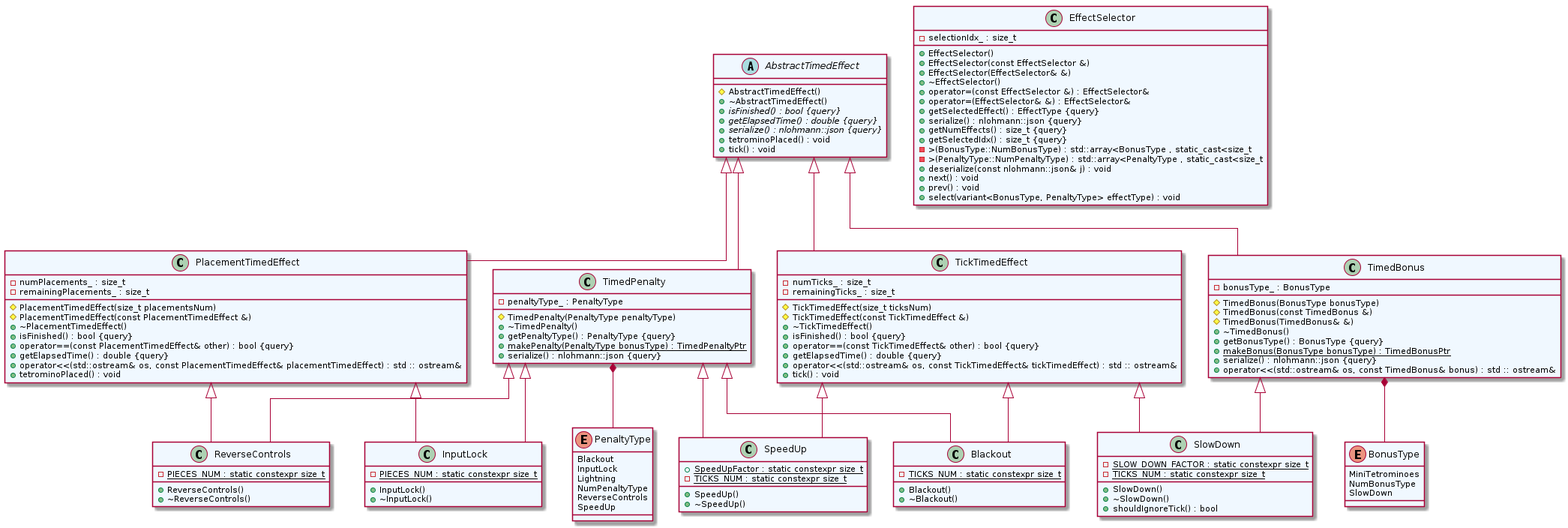
The PlantUML diagram res/uml/class/EffectClass.png in ulb-info2-group5/Royal-Blocks, before a commit. Its source is kept beside it as doc/uml/class/game/tetris_royal_lib/EffectClass.plantuml.
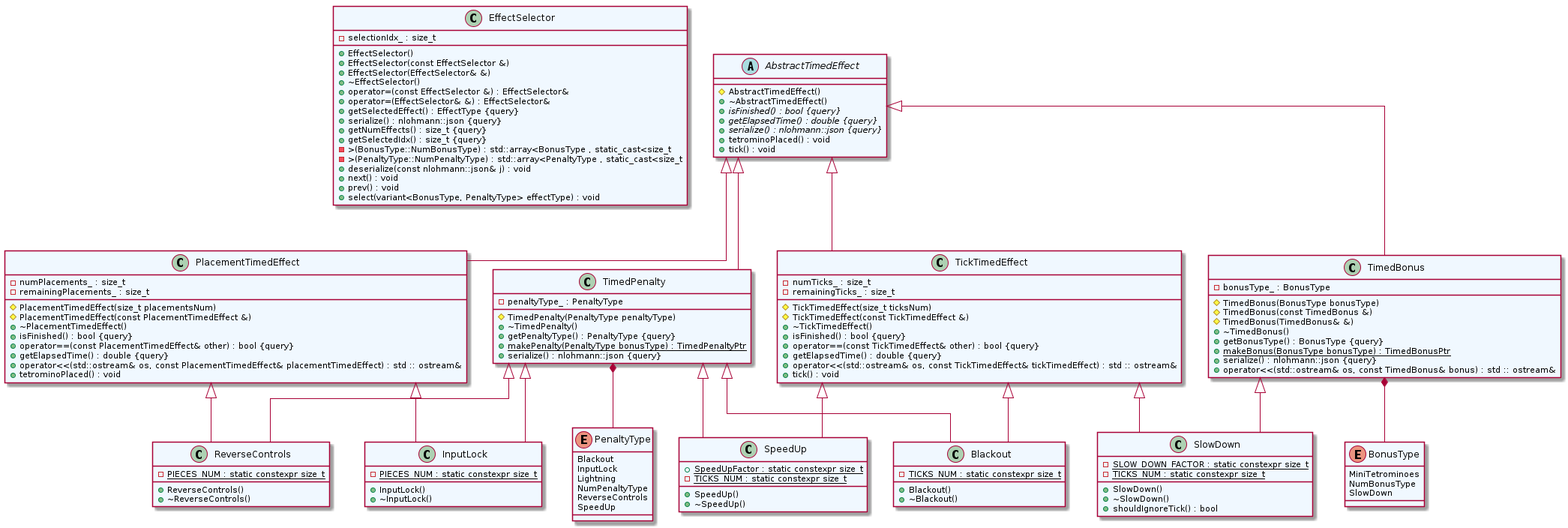
After the change.

Diff of the diagram source:
```diff
@@ -4,25 +4,6 @@
 skinparam class {
     BackgroundColor AliceBlue
 }
-
-
-abstract class AbstractTimedEffect {
-	#AbstractTimedEffect()
-	+~AbstractTimedEffect()
-	+{abstract} isFinished() : bool {query}
-	+{abstract} getElapsedTime() : double {query}
-	+{abstract} serialize() : nlohmann::json {query}
-	+tetrominoPlaced() : void
-	+tick() : void
-}
-
-
-class Blackout {
-	+Blackout()
-	+~Blackout()
-	-{static} TICKS_NUM : static constexpr size_t
-}
-
 
 class EffectSelector {
 	+EffectSelector()
@@ -42,6 +23,24 @@
 	+next() : void
 	+prev() : void
 	+select(variant<BonusType, PenaltyType> effectType) : void
+}
+
+
+abstract class AbstractTimedEffect {
+	#AbstractTimedEffect()
+	+~AbstractTimedEffect()
+	+{abstract} isFinished() : bool {query}
+	+{abstract} getElapsedTime() : double {query}
+	+{abstract} serialize() : nlohmann::json {query}
+	+tetrominoPlaced() : void
+	+tick() : void
+}
+
+
+class Blackout {
+	+Blackout()
+	+~Blackout()
+	-{static} TICKS_NUM : static constexpr size_t
 }
 
 
```
